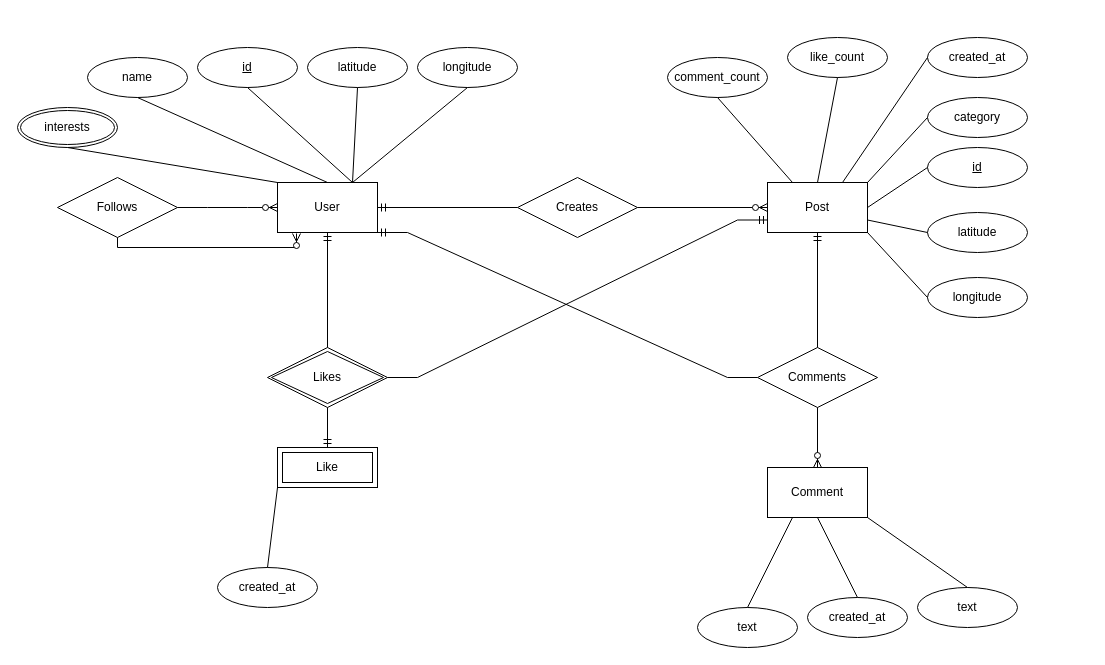
Earlier version of the draw.io diagram page "ER-Diagram" (2 of 5) of docs/News-Feed.drawio (JatinDholakia/News-Feed). Source tidied: cells renumbered, new cells numbered last; positions are measured from the earlier drawing's top-left corner, leaving out a move shared by most shapes. Both pictures are drawn from the tidied source at 100%, with x=0, y=0 at pixel (17, 37).
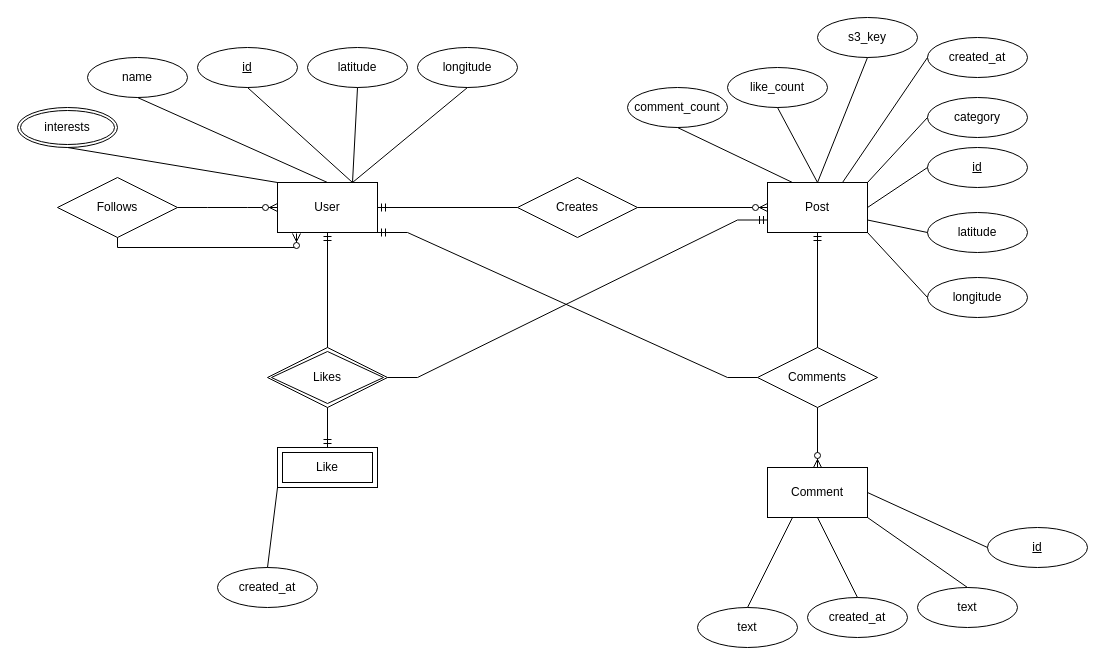
Above is the later version.

Unchanged cells that the change refers to:
```xml
<mxCell id="5" value="Post" style="html=1;dashed=0;whiteSpace=wrap;" parent="1" vertex="1">
  <mxGeometry x="750" y="145" width="100" height="50" as="geometry" />
</mxCell>
<mxCell id="21" value="Comment" style="html=1;dashed=0;whiteSpace=wrap;" parent="1" vertex="1">
  <mxGeometry x="750" y="430" width="100" height="50" as="geometry" />
</mxCell>
```

What changed in the source:
```diff
@@
     <mxCell id="36" value="like_count" style="ellipse;whiteSpace=wrap;html=1;align=center;" parent="1" vertex="1">
-      <mxGeometry x="770" width="100" height="40" as="geometry" />
+      <mxGeometry x="710" y="30" width="100" height="40" as="geometry" />
     </mxCell>
     <mxCell id="37" value="comment_count" style="ellipse;whiteSpace=wrap;html=1;align=center;" parent="1" vertex="1">
-      <mxGeometry x="650" y="20" width="100" height="40" as="geometry" />
+      <mxGeometry x="610" y="50" width="100" height="40" as="geometry" />
     </mxCell>
@@
+    <mxCell id="52" value="id" style="ellipse;whiteSpace=wrap;html=1;align=center;fontStyle=4;" parent="1" vertex="1">
+      <mxGeometry x="970" y="490" width="100" height="40" as="geometry" />
+    </mxCell>
+    <mxCell id="53" style="endArrow=none;html=1;rounded=0;entryX=0;entryY=0.5;entryDx=0;entryDy=0;exitX=1;exitY=0.5;exitDx=0;exitDy=0;" parent="1" edge="1" source="21" target="52">
+      <mxGeometry relative="1" as="geometry" />
+    </mxCell>
+    <mxCell id="54" value="s3_key" style="ellipse;whiteSpace=wrap;html=1;align=center;" parent="1" vertex="1">
+      <mxGeometry x="800" y="-20" width="100" height="40" as="geometry" />
+    </mxCell>
+    <mxCell id="55" style="endArrow=none;html=1;rounded=0;entryX=0.5;entryY=1;entryDx=0;entryDy=0;exitX=0.5;exitY=0;exitDx=0;exitDy=0;" parent="1" edge="1" source="5" target="54">
+      <mxGeometry relative="1" as="geometry" />
+    </mxCell>
```
